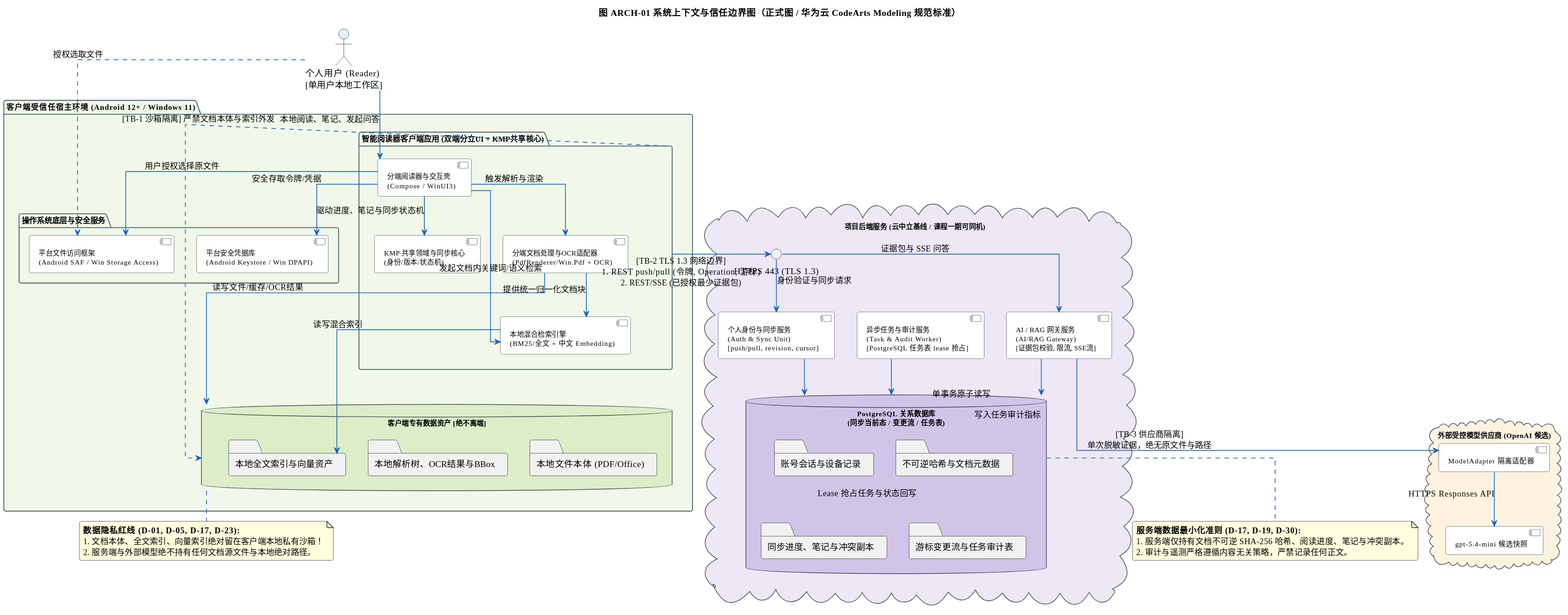
Above: docs/架构设计/阶段成果-V0.4-双端需求补充/41-架构视图与图件交付包-V1.0/导出图-SVG/ARCH-01-系统上下文与信任边界图.svg in Aut-172/Intelligent-Reader (PlantUML), before the change.
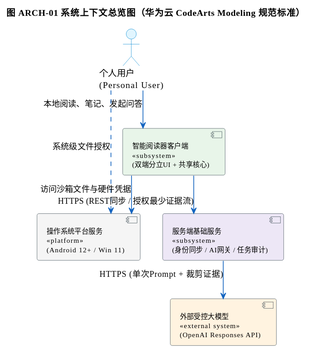
Later version of the same file.

Diff of the diagram source:
```diff
@@ -1,15 +1,13 @@
 @startuml
-title 图 ARCH-01 系统上下文与信任边界图（正式图 / 华为云 CodeArts Modeling 规范标准）
+title 图 ARCH-01 系统上下文总览图（华为云 CodeArts Modeling 规范标准）
 skinparam shadowing false
 skinparam defaultFontName Microsoft YaHei
 skinparam roundCorner 6
 skinparam linetype ortho
 
-skinparam package {
-  BackgroundColor transparent
-  BorderColor #546E7A
-  FontStyle bold
-  FontSize 12
+skinparam actor {
+  BackgroundColor #E1F5FE
+  BorderColor #0288D1
 }
 
 skinparam component {
@@ -20,98 +18,15 @@
   ArrowThickness 1.2
 }
 
-skinparam database {
-  BackgroundColor #FFFFFF
-  BorderColor #37474F
-  FontSize 11
-}
+actor "个人用户\n(Personal User)" as User
+component "操作系统平台服务\n<<platform>>\n(Android 12+ / Win 11)" as OS #F5F5F5
+component "智能阅读器客户端\n<<subsystem>>\n(双端分立UI + 共享核心)" as Client #E8F5E9
+component "服务端基础服务\n<<subsystem>>\n(身份同步 / AI网关 / 任务审计)" as Server #EDE7F6
+component "外部受控大模型\n<<external system>>\n(OpenAI Responses API)" as Model #FFF3E0
 
-skinparam cloud {
-  BackgroundColor #FFFFFF
-  BorderColor #37474F
-  FontSize 11
-}
-
-actor "个人用户 (Reader)\n[单用户本地工作区]" as User #E1F5FE
-
-package "客户端受信任宿主环境 (Android 12+ / Windows 11)" as Env_Client #F1F8E9 {
-
-    package "操作系统底层与安全服务" as OS_Services {
-        component "平台文件访问框架\n(Android SAF / Win Storage Access)" as OS_File
-        component "平台安全凭据库\n(Android Keystore / Win DPAPI)" as OS_Sec
-    }
-
-    package "智能阅读器客户端应用 (双端分立UI + KMP共享核心)" as ClientApp {
-        component "分端阅读器与交互壳\n(Compose / WinUI3)" as UI_Shell
-        component "分端文档处理与OCR适配器\n(PdfRenderer/Win.Pdf + OCR)" as Doc_Adapter
-        component "本地混合检索引擎\n(BM25/全文 + 中文 Embedding)" as Local_Retr
-        component "KMP 共享领域与同步核心\n(身份/版本/状态机)" as KMP_Core
-    }
-
-    database "客户端专有数据资产 [绝不离端]" as Local_Data #DCEDC8 {
-        folder "本地文件本体 (PDF/Office)" as Data_Files
-        folder "本地解析树、OCR结果与BBox" as Data_OCR
-        folder "本地全文索引与向量资产" as Data_Index
-    }
-
-    UI_Shell --> OS_File : 用户授权选择原文件
-    UI_Shell --> OS_Sec : 安全存取令牌/凭据
-    UI_Shell --> Doc_Adapter : 触发解析与渲染
-    Doc_Adapter --> Local_Data : 读写文件/缓存/OCR结果
-    Doc_Adapter --> Local_Retr : 提供统一归一化文档块
-    Local_Retr --> Data_Index : 读写混合索引
-    UI_Shell --> Local_Retr : 发起文档内关键词/语义检索
-    UI_Shell --> KMP_Core : 驱动进度、笔记与同步状态机
-}
-
-cloud "项目后端服务 (云中立基线 / 课程一期可同机)" as Env_Server #EDE7F6 {
-
-    interface "HTTPS 443 (TLS 1.3)" as Edge_Ingress
-
-    component "个人身份与同步服务\n(Auth & Sync Unit)\n[push/pull, revision, cursor]" as Svc_Sync
-
-    component "AI / RAG 网关服务\n(AI/RAG Gateway)\n[证据包校验, 限流, SSE流]" as Svc_AI
-
-    component "异步任务与审计服务\n(Task & Audit Worker)\n[PostgreSQL 任务表 lease 抢占]" as Svc_Worker
-
-    database "PostgreSQL 关系数据库\n(同步当前态 / 变更流 / 任务表)" as DB_Postgres #D1C4E9 {
-        folder "账号会话与设备记录" as Srv_Accounts
-        folder "不可逆哈希与文档元数据" as Srv_Meta
-        folder "同步进度、笔记与冲突副本" as Srv_SyncData
-        folder "游标变更流与任务审计表" as Srv_Ops
-    }
-
-    Edge_Ingress --> Svc_Sync : 身份验证与同步请求
-    Edge_Ingress --> Svc_AI : 证据包与 SSE 问答
-    Svc_Sync --> DB_Postgres : 单事务原子读写
-    Svc_Worker --> DB_Postgres : Lease 抢占任务与状态回写
-    Svc_AI --> DB_Postgres : 写入任务审计指标
-}
-
-cloud "外部受控模型供应商 (OpenAI 候选)" as Env_External #FFF3E0 {
-    component "ModelAdapter 隔离适配器" as Model_Adapter
-    component "gpt-5.4-mini 候选快照" as Ext_LLM
-    Model_Adapter --> Ext_LLM : HTTPS Responses API
-}
-
-User --> UI_Shell : 本地阅读、笔记、发起问答
-User ..> OS_File : 授权选取文件
-
-ClientApp ..> Local_Data : [TB-1 沙箱隔离] 严禁文档本体与索引外发
-
-ClientApp --> Edge_Ingress : [TB-2 TLS 1.3 网络边界]\n1. REST push/pull (令牌, Operation, 游标)\n2. REST/SSE (已授权最少证据包)
-
-Svc_AI --> Model_Adapter : [TB-3 供应商隔离]\n单次脱敏证据，绝无原文件与路径
-
-note bottom of Local_Data
-  **数据隐私红线 (D-01, D-05, D-17, D-23):**
-  1. 文档本体、全文索引、向量索引绝对留在客户端本地私有沙箱！
-  2. 服务端与外部模型绝不持有任何文档源文件与本地绝对路径。
-end note
-
-note bottom of DB_Postgres
-  **服务端数据最小化准则 (D-17, D-19, D-30):**
-  1. 服务端仅持有文档不可逆 SHA-256 哈希、阅读进度、笔记与冲突副本。
-  2. 审计与遥测严格遵循内容无关策略，严禁记录任何正文。
-end note
+User --> Client : 本地阅读、笔记、发起问答
+User ..> OS : 系统级文件授权
+Client --> OS : 访问沙箱文件与硬件凭据
+Client --> Server : HTTPS (REST同步 / 授权最少证据流)
+Server --> Model : HTTPS (单次Prompt + 裁剪证据)
 @enduml
```
